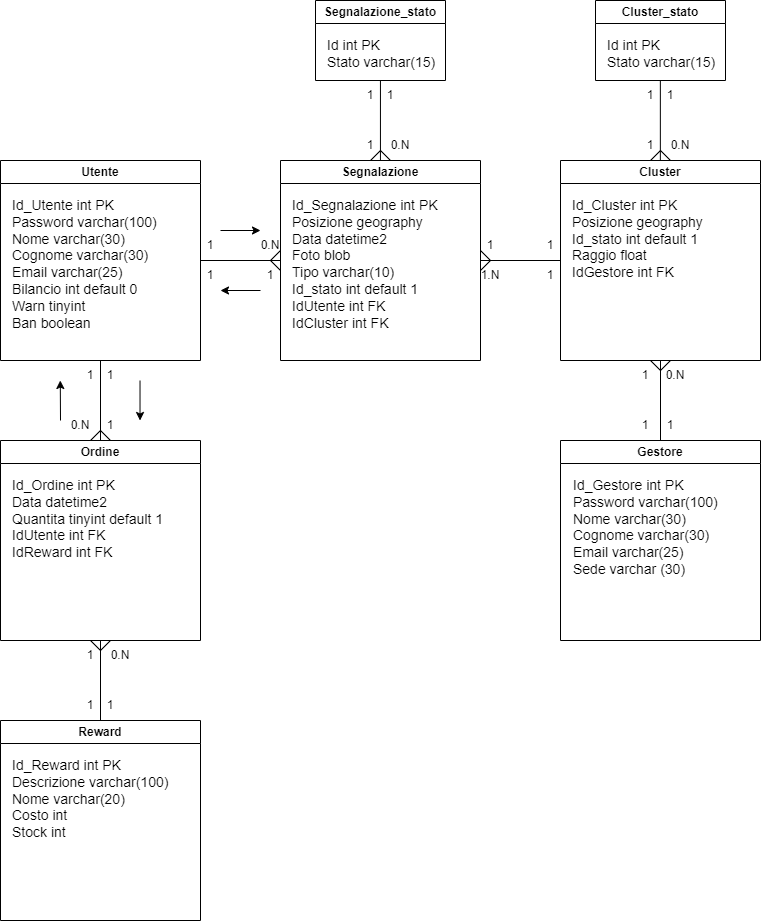
Above: Materiale Progettazione/DiagrammaER/ModelloER.png in Gruppo-IS44/Comune-Pulito-bead80e0 (draw.io), before the change. Source tidied: cells renumbered, new cells last; positions are measured from the earlier drawing's top-left corner, leaving out a move shared by most shapes.
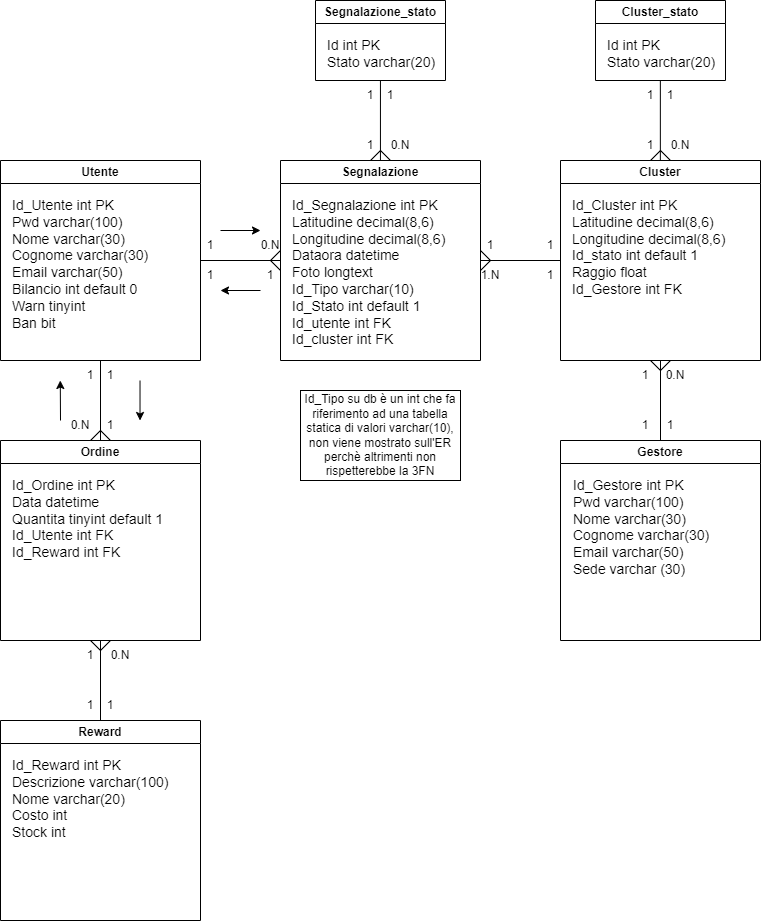
Later version of the same file.

The edit, as a diff of the source:
```diff
@@ -5,19 +5,19 @@
     <mxCell id="2" value="Utente" style="swimlane;whiteSpace=wrap;html=1;" parent="1" vertex="1">
       <mxGeometry y="160" width="200" height="200" as="geometry" />
     </mxCell>
-    <mxCell id="3" value="&lt;font style=&quot;font-size: 14px;&quot;&gt;Id_Utente int PK&lt;br&gt;Password varchar(100)&lt;br&gt;Nome varchar(30)&lt;br&gt;Cognome varchar(30)&lt;br&gt;Email varchar(25)&lt;br&gt;Bilancio int default 0&lt;br&gt;Warn tinyint&lt;br&gt;Ban boolean&lt;br&gt;&lt;br&gt;&lt;/font&gt;" style="text;html=1;strokeColor=none;fillColor=none;align=left;verticalAlign=top;whiteSpace=wrap;rounded=0;" parent="2" vertex="1">
+    <mxCell id="3" value="&lt;font style=&quot;font-size: 14px;&quot;&gt;Id_Utente int PK&lt;br&gt;Pwd varchar(100)&lt;br&gt;Nome varchar(30)&lt;br&gt;Cognome varchar(30)&lt;br&gt;Email varchar(50)&lt;br&gt;Bilancio int default 0&lt;br&gt;Warn tinyint&lt;br&gt;Ban bit&lt;br&gt;&lt;br&gt;&lt;/font&gt;" style="text;html=1;strokeColor=none;fillColor=none;align=left;verticalAlign=top;whiteSpace=wrap;rounded=0;" parent="2" vertex="1">
       <mxGeometry x="10" y="30" width="180" height="160" as="geometry" />
     </mxCell>
     <mxCell id="4" value="Segnalazione" style="swimlane;whiteSpace=wrap;html=1;" parent="1" vertex="1">
       <mxGeometry x="280" y="160" width="200" height="200" as="geometry" />
     </mxCell>
-    <mxCell id="5" value="Id_Segnalazione int PK&lt;br&gt;Posizione geography&lt;br&gt;Data datetime2&lt;br&gt;Foto blob&lt;br&gt;Tipo varchar(10)&lt;br&gt;Id_stato int default 1&amp;nbsp;&lt;br&gt;IdUtente int FK&lt;br&gt;IdCluster int FK" style="text;html=1;strokeColor=none;fillColor=none;align=left;verticalAlign=top;whiteSpace=wrap;rounded=0;fontSize=14;" parent="4" vertex="1">
+    <mxCell id="5" value="Id_Segnalazione int PK&lt;br&gt;Latitudine decimal(8,6)&lt;br&gt;Longitudine decimal(8,6)&lt;br&gt;Dataora datetime&lt;br&gt;Foto longtext&lt;br&gt;Id_Tipo varchar(10)&lt;br&gt;Id_Stato int default 1&amp;nbsp;&lt;br&gt;Id_utente int FK&lt;br&gt;Id_cluster int FK" style="text;html=1;strokeColor=none;fillColor=none;align=left;verticalAlign=top;whiteSpace=wrap;rounded=0;fontSize=14;" parent="4" vertex="1">
       <mxGeometry x="10" y="30" width="180" height="160" as="geometry" />
     </mxCell>
     <mxCell id="6" value="Cluster" style="swimlane;whiteSpace=wrap;html=1;" parent="1" vertex="1">
       <mxGeometry x="560" y="160" width="200" height="200" as="geometry" />
     </mxCell>
-    <mxCell id="7" value="Id_Cluster int PK&lt;br&gt;Posizione geography&lt;br&gt;Id_stato int default 1&lt;br&gt;Raggio float&lt;br&gt;IdGestore int FK" style="text;html=1;strokeColor=none;fillColor=none;align=left;verticalAlign=top;whiteSpace=wrap;rounded=0;fontSize=14;" parent="6" vertex="1">
+    <mxCell id="7" value="Id_Cluster int PK&lt;br&gt;Latitudine decimal(8,6)&lt;br&gt;Longitudine decimal(8,6)&lt;br&gt;Id_stato int default 1&lt;br&gt;Raggio float&lt;br&gt;Id_Gestore int FK" style="text;html=1;strokeColor=none;fillColor=none;align=left;verticalAlign=top;whiteSpace=wrap;rounded=0;fontSize=14;" parent="6" vertex="1">
       <mxGeometry x="10" y="30" width="180" height="160" as="geometry" />
     </mxCell>
     <mxCell id="8" value="1" style="text;html=1;strokeColor=none;fillColor=none;align=center;verticalAlign=middle;whiteSpace=wrap;rounded=0;fontSize=12;" parent="6" vertex="1">
@@ -35,7 +35,7 @@
     <mxCell id="11" value="Ordine" style="swimlane;whiteSpace=wrap;html=1;" parent="1" vertex="1">
       <mxGeometry y="440" width="200" height="200" as="geometry" />
     </mxCell>
-    <mxCell id="12" value="Id_Ordine int PK&lt;br&gt;Data datetime2&lt;br&gt;Quantita tinyint default 1&lt;br&gt;IdUtente int FK&lt;br&gt;IdReward int FK" style="text;html=1;strokeColor=none;fillColor=none;align=left;verticalAlign=top;whiteSpace=wrap;rounded=0;fontSize=14;" parent="11" vertex="1">
+    <mxCell id="12" value="Id_Ordine int PK&lt;br&gt;Data datetime&lt;br&gt;Quantita tinyint default 1&lt;br&gt;Id_Utente int FK&lt;br&gt;Id_Reward int FK" style="text;html=1;strokeColor=none;fillColor=none;align=left;verticalAlign=top;whiteSpace=wrap;rounded=0;fontSize=14;" parent="11" vertex="1">
       <mxGeometry x="10" y="30" width="180" height="160" as="geometry" />
     </mxCell>
     <mxCell id="13" value="Reward" style="swimlane;whiteSpace=wrap;html=1;" parent="1" vertex="1">
@@ -47,7 +47,7 @@
     <mxCell id="15" value="Gestore" style="swimlane;whiteSpace=wrap;html=1;" parent="1" vertex="1">
       <mxGeometry x="560" y="440" width="200" height="200" as="geometry" />
     </mxCell>
-    <mxCell id="16" value="Id_Gestore int PK&lt;br&gt;Password varchar(100)&lt;br&gt;Nome varchar(30)&lt;br&gt;Cognome varchar(30)&lt;br&gt;Email varchar(25)&lt;br&gt;Sede varchar (30)" style="text;html=1;strokeColor=none;fillColor=none;align=left;verticalAlign=top;whiteSpace=wrap;rounded=0;fontSize=14;" parent="15" vertex="1">
+    <mxCell id="16" value="Id_Gestore int PK&lt;br&gt;Pwd varchar(100)&lt;br&gt;Nome varchar(30)&lt;br&gt;Cognome varchar(30)&lt;br&gt;Email varchar(50)&lt;br&gt;Sede varchar (30)" style="text;html=1;strokeColor=none;fillColor=none;align=left;verticalAlign=top;whiteSpace=wrap;rounded=0;fontSize=14;" parent="15" vertex="1">
       <mxGeometry x="11" y="30" width="180" height="160" as="geometry" />
     </mxCell>
     <mxCell id="17" style="endArrow=none;html=1;rounded=0;fontSize=14;entryX=0.5;entryY=1;entryDx=0;entryDy=0;" parent="1" edge="1" target="11">
@@ -216,7 +216,7 @@
     <mxCell id="54" value="Segnalazione_stato" style="swimlane;whiteSpace=wrap;html=1;" parent="1" vertex="1">
       <mxGeometry x="315" width="130" height="80" as="geometry" />
     </mxCell>
-    <mxCell id="55" value="Id int PK&lt;br&gt;Stato varchar(15)" style="text;html=1;strokeColor=none;fillColor=none;align=left;verticalAlign=top;whiteSpace=wrap;rounded=0;fontSize=14;" parent="54" vertex="1">
+    <mxCell id="55" value="Id int PK&lt;br&gt;Stato varchar(20)" style="text;html=1;strokeColor=none;fillColor=none;align=left;verticalAlign=top;whiteSpace=wrap;rounded=0;fontSize=14;" parent="54" vertex="1">
       <mxGeometry x="10" y="30" width="120" height="50" as="geometry" />
     </mxCell>
     <mxCell id="56" style="endArrow=none;html=1;rounded=0;" parent="1" edge="1">
@@ -240,7 +240,7 @@
     <mxCell id="61" value="Cluster_stato" style="swimlane;whiteSpace=wrap;html=1;" parent="1" vertex="1">
       <mxGeometry x="595" width="130" height="80" as="geometry" />
     </mxCell>
-    <mxCell id="62" value="Id int PK&lt;br&gt;Stato varchar(15)" style="text;html=1;strokeColor=none;fillColor=none;align=left;verticalAlign=top;whiteSpace=wrap;rounded=0;fontSize=14;" parent="61" vertex="1">
+    <mxCell id="62" value="Id int PK&lt;br&gt;Stato varchar(20)" style="text;html=1;strokeColor=none;fillColor=none;align=left;verticalAlign=top;whiteSpace=wrap;rounded=0;fontSize=14;" parent="61" vertex="1">
       <mxGeometry x="10" y="30" width="120" height="50" as="geometry" />
     </mxCell>
     <mxCell id="63" style="endArrow=none;html=1;rounded=0;" parent="1" edge="1">
@@ -279,5 +279,11 @@
         <mxPoint x="380" y="150" as="targetPoint" />
       </mxGeometry>
     </mxCell>
+    <mxCell id="71" style="rounded=0;whiteSpace=wrap;html=1;" parent="1" vertex="1">
+      <mxGeometry x="300" y="390" width="160" height="90" as="geometry" />
+    </mxCell>
+    <mxCell id="72" value="Id_Tipo su db è un int che fa riferimento ad una tabella statica di valori varchar(10), non viene mostrato sull'ER perchè altrimenti non rispetterebbe la 3FN" style="text;html=1;strokeColor=none;fillColor=none;align=center;verticalAlign=middle;whiteSpace=wrap;rounded=0;" parent="1" vertex="1">
+      <mxGeometry x="300" y="390" width="160" height="90" as="geometry" />
+    </mxCell>
   </root>
 </mxGraphModel>
```
